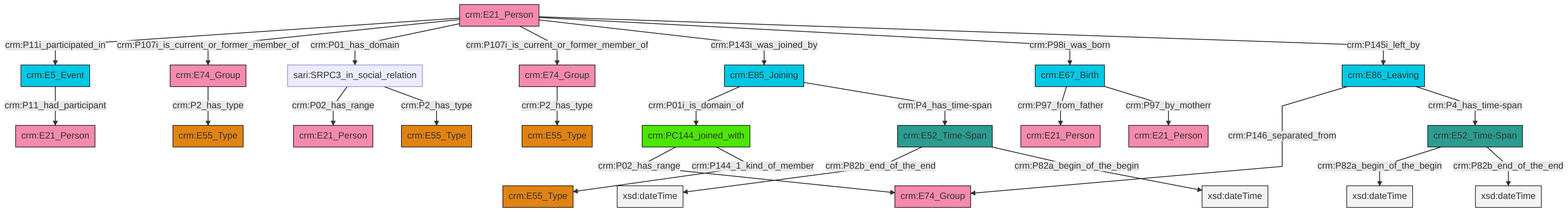
Before: et/personCSV/ttl/mmd/png/Person_Actor_Relations.png, a diagram exported from Mermaid (swiss-art-research-net/docs.swissartresearch). Its source is kept beside it as et/personCSV/ttl/mmd/Person_Actor_Relations.ttl.mmd.
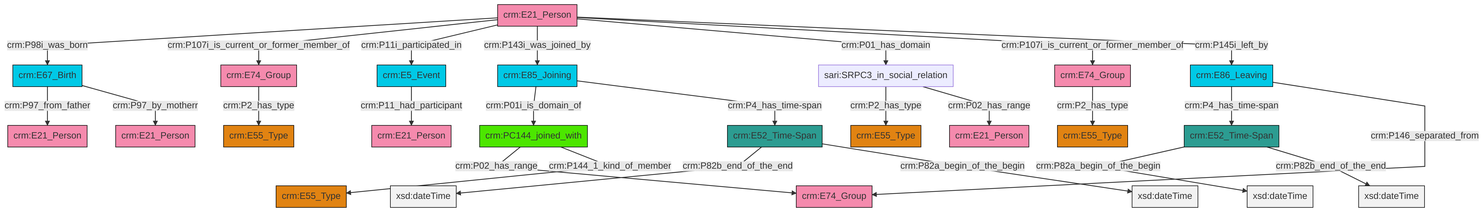
After the change.

Change to the diagram source:
```diff
@@ -13,27 +13,27 @@
 classDef PC_Classes fill:#4ce600, stroke:#000000;
 classDef Multi fill:#cccccc,stroke:#000000;
 
-0["crm:E52_Time-Span"]:::Time-Span -->|crm:P82b_end_of_the_end| 1[xsd:dateTime]:::Literal
-2["crm:E85_Joining"]:::Temporal_Entity -->|crm:P01i_is_domain_of| 3["crm:PC144_joined_with"]:::PC_Classes
-6["crm:E21_Person"]:::Actor -->|crm:P11i_participated_in| 7["crm:E5_Event"]:::Temporal_Entity
-3["crm:PC144_joined_with"]:::PC_Classes -->|crm:P02_has_range| 8["crm:E74_Group"]:::Actor
-9["crm:E67_Birth"]:::Temporal_Entity -->|crm:P97_from_father| 10["crm:E21_Person"]:::Actor
-12["crm:E52_Time-Span"]:::Time-Span -->|crm:P82a_begin_of_the_begin| 13[xsd:dateTime]:::Literal
-0["crm:E52_Time-Span"]:::Time-Span -->|crm:P82a_begin_of_the_begin| 16[xsd:dateTime]:::Literal
-6["crm:E21_Person"]:::Actor -->|crm:P107i_is_current_or_former_member_of| 4["crm:E74_Group"]:::Actor
-12["crm:E52_Time-Span"]:::Time-Span -->|crm:P82b_end_of_the_end| 20[xsd:dateTime]:::Literal
-7["crm:E5_Event"]:::Temporal_Entity -->|crm:P11_had_participant| 21["crm:E21_Person"]:::Actor
-14["sari:SRPC3_in_social_relation"]:::Default -->|crm:P02_has_range| 25["crm:E21_Person"]:::Actor
-2["crm:E85_Joining"]:::Temporal_Entity -->|crm:P4_has_time-span| 0["crm:E52_Time-Span"]:::Time-Span
-4["crm:E74_Group"]:::Actor -->|crm:P2_has_type| 28["crm:E55_Type"]:::Type
-3["crm:PC144_joined_with"]:::PC_Classes -->|crm:P144_1_kind_of_member| 18["crm:E55_Type"]:::Type
-9["crm:E67_Birth"]:::Temporal_Entity -->|crm:P97_by_motherr| 23["crm:E21_Person"]:::Actor
-6["crm:E21_Person"]:::Actor -->|crm:P01_has_domain| 14["sari:SRPC3_in_social_relation"]:::Default
-6["crm:E21_Person"]:::Actor -->|crm:P107i_is_current_or_former_member_of| 31["crm:E74_Group"]:::Actor
-14["sari:SRPC3_in_social_relation"]:::Default -->|crm:P2_has_type| 33["crm:E55_Type"]:::Type
-34["crm:E86_Leaving"]:::Temporal_Entity -->|crm:P146_separated_from| 8["crm:E74_Group"]:::Actor
-34["crm:E86_Leaving"]:::Temporal_Entity -->|crm:P4_has_time-span| 12["crm:E52_Time-Span"]:::Time-Span
-31["crm:E74_Group"]:::Actor -->|crm:P2_has_type| 26["crm:E55_Type"]:::Type
-6["crm:E21_Person"]:::Actor -->|crm:P143i_was_joined_by| 2["crm:E85_Joining"]:::Temporal_Entity
-6["crm:E21_Person"]:::Actor -->|crm:P98i_was_born| 9["crm:E67_Birth"]:::Temporal_Entity
-6["crm:E21_Person"]:::Actor -->|crm:P145i_left_by| 34["crm:E86_Leaving"]:::Temporal_Entity
+0["crm:E21_Person"]:::Actor -->|crm:P98i_was_born| 1["crm:E67_Birth"]:::Temporal_Entity
+1["crm:E67_Birth"]:::Temporal_Entity -->|crm:P97_from_father| 2["crm:E21_Person"]:::Actor
+9["crm:PC144_joined_with"]:::PC_Classes -->|crm:P02_has_range| 10["crm:E74_Group"]:::Actor
+11["crm:E86_Leaving"]:::Temporal_Entity -->|crm:P4_has_time-span| 12["crm:E52_Time-Span"]:::Time-Span
+15["sari:SRPC3_in_social_relation"]:::Default -->|crm:P2_has_type| 16["crm:E55_Type"]:::Type
+19["crm:E74_Group"]:::Actor -->|crm:P2_has_type| 5["crm:E55_Type"]:::Type
+3["crm:E52_Time-Span"]:::Time-Span -->|crm:P82b_end_of_the_end| 20[xsd:dateTime]:::Literal
+0["crm:E21_Person"]:::Actor -->|crm:P107i_is_current_or_former_member_of| 19["crm:E74_Group"]:::Actor
+25["crm:E85_Joining"]:::Temporal_Entity -->|crm:P01i_is_domain_of| 9["crm:PC144_joined_with"]:::PC_Classes
+12["crm:E52_Time-Span"]:::Time-Span -->|crm:P82a_begin_of_the_begin| 27[xsd:dateTime]:::Literal
+9["crm:PC144_joined_with"]:::PC_Classes -->|crm:P144_1_kind_of_member| 7["crm:E55_Type"]:::Type
+30["crm:E5_Event"]:::Temporal_Entity -->|crm:P11_had_participant| 13["crm:E21_Person"]:::Actor
+0["crm:E21_Person"]:::Actor -->|crm:P11i_participated_in| 30["crm:E5_Event"]:::Temporal_Entity
+17["crm:E74_Group"]:::Actor -->|crm:P2_has_type| 22["crm:E55_Type"]:::Type
+15["sari:SRPC3_in_social_relation"]:::Default -->|crm:P02_has_range| 32["crm:E21_Person"]:::Actor
+0["crm:E21_Person"]:::Actor -->|crm:P143i_was_joined_by| 25["crm:E85_Joining"]:::Temporal_Entity
+1["crm:E67_Birth"]:::Temporal_Entity -->|crm:P97_by_motherr| 42["crm:E21_Person"]:::Actor
+0["crm:E21_Person"]:::Actor -->|crm:P01_has_domain| 15["sari:SRPC3_in_social_relation"]:::Default
+12["crm:E52_Time-Span"]:::Time-Span -->|crm:P82b_end_of_the_end| 44[xsd:dateTime]:::Literal
+0["crm:E21_Person"]:::Actor -->|crm:P107i_is_current_or_former_member_of| 17["crm:E74_Group"]:::Actor
+11["crm:E86_Leaving"]:::Temporal_Entity -->|crm:P146_separated_from| 10["crm:E74_Group"]:::Actor
+25["crm:E85_Joining"]:::Temporal_Entity -->|crm:P4_has_time-span| 3["crm:E52_Time-Span"]:::Time-Span
+3["crm:E52_Time-Span"]:::Time-Span -->|crm:P82a_begin_of_the_begin| 46[xsd:dateTime]:::Literal
+0["crm:E21_Person"]:::Actor -->|crm:P145i_left_by| 11["crm:E86_Leaving"]:::Temporal_Entity
```
